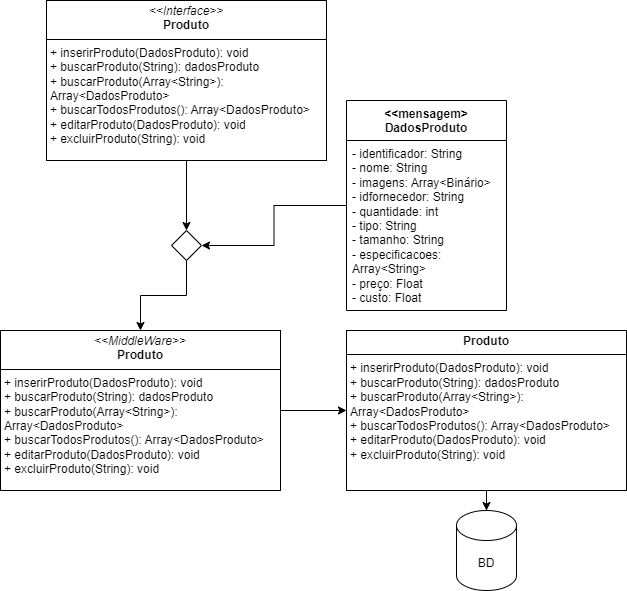
This is design/UMLProduto.drawio.png from WolWolffz/ThuderBass_Stock, a draw.io export, as it was before one commit. Source tidied: cells renumbered, new cells last; positions are measured from the earlier drawing's top-left corner, leaving out a move shared by most shapes.
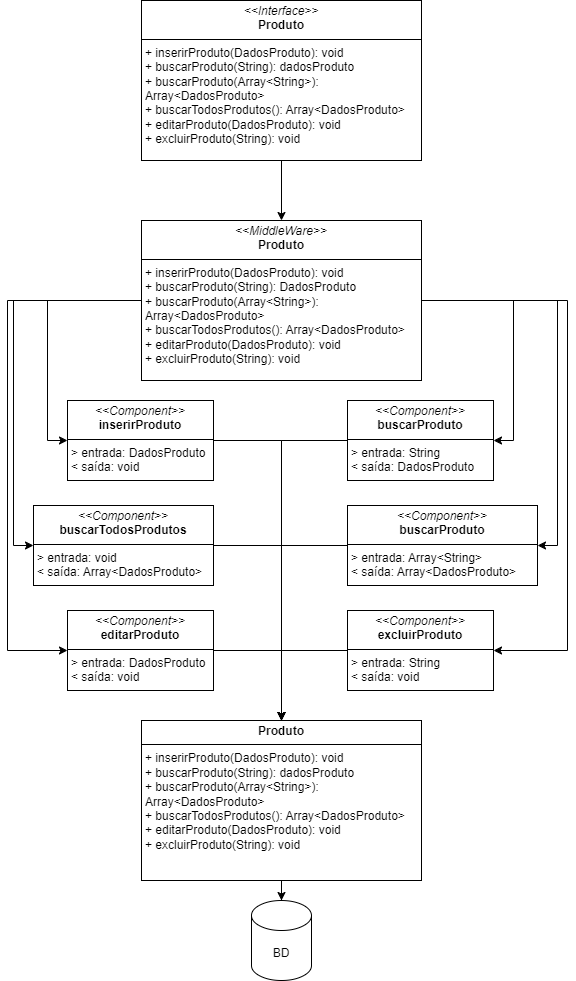
Above is the later version.

The edit, as a diff of the source:
```diff
@@ -2,41 +2,87 @@
   <root>
     <mxCell id="0" />
     <mxCell id="1" parent="0" />
-    <mxCell id="2" style="edgeStyle=orthogonalEdgeStyle;rounded=0;jettySize=auto;html=1;entryX=1;entryY=0.5;entryDx=0;entryDy=0;" parent="1" edge="1" source="3" target="10">
-      <mxGeometry relative="1" as="geometry" />
-    </mxCell>
-    <mxCell id="3" value="&amp;lt;&amp;lt;mensagem&amp;gt;&lt;div&gt;DadosProduto&lt;/div&gt;" style="swimlane;fontStyle=1;align=center;verticalAlign=top;horizontal=1;startSize=40;whiteSpace=wrap;html=1;" parent="1" vertex="1">
-      <mxGeometry x="346" y="100" width="160" height="210" as="geometry" />
-    </mxCell>
-    <mxCell id="4" value="&lt;div&gt;- identificador: String&lt;/div&gt;- nome: String&lt;div&gt;- imagens: Array&amp;lt;Binário&amp;gt;&lt;/div&gt;&lt;div&gt;- idfornecedor: String&lt;/div&gt;&lt;div&gt;- quantidade: int&lt;/div&gt;&lt;div&gt;- tipo: String&lt;/div&gt;&lt;div&gt;- tamanho: String&lt;/div&gt;&lt;div&gt;- especificacoes: Array&amp;lt;String&amp;gt;&lt;/div&gt;&lt;div&gt;-&lt;span style=&quot;background-color: initial;&quot;&gt;&amp;nbsp;preço: Float&lt;/span&gt;&lt;/div&gt;&lt;div&gt;&lt;span style=&quot;background-color: initial;&quot;&gt;- custo: Float&lt;/span&gt;&lt;/div&gt;" style="text;strokeColor=none;fillColor=none;align=left;verticalAlign=top;spacingLeft=4;spacingRight=4;overflow=hidden;whiteSpace=wrap;html=1;" parent="3" vertex="1">
-      <mxGeometry y="40" width="160" height="170" as="geometry" />
-    </mxCell>
-    <mxCell id="5" style="edgeStyle=orthogonalEdgeStyle;rounded=0;jettySize=auto;html=1;exitX=0.5;exitY=1;exitDx=0;exitDy=0;entryX=0.5;entryY=0;entryDx=0;entryDy=0;" parent="1" edge="1" source="6" target="10">
+    <mxCell id="5" style="edgeStyle=orthogonalEdgeStyle;rounded=0;jettySize=auto;html=1;exitX=0.5;exitY=1;exitDx=0;exitDy=0;entryX=0.5;entryY=0;entryDx=0;entryDy=0;" parent="1" edge="1" source="6" target="8">
       <mxGeometry relative="1" as="geometry" />
     </mxCell>
     <mxCell id="6" value="&lt;p style=&quot;margin:0px;margin-top:4px;text-align:center;&quot;&gt;&lt;i&gt;&amp;lt;&amp;lt;Interface&amp;gt;&amp;gt;&lt;/i&gt;&lt;br&gt;&lt;b&gt;Produto&lt;/b&gt;&lt;/p&gt;&lt;hr size=&quot;1&quot; style=&quot;border-style:solid;&quot;&gt;&lt;p style=&quot;margin:0px;margin-left:4px;&quot;&gt;+ inserirProduto(DadosProduto): void&lt;br&gt;&lt;/p&gt;&lt;p style=&quot;margin:0px;margin-left:4px;&quot;&gt;+ buscarProduto(String): dadosProduto&lt;/p&gt;&lt;p style=&quot;margin:0px;margin-left:4px;&quot;&gt;+ buscarProduto(Array&amp;lt;String&amp;gt;): Array&amp;lt;DadosProduto&amp;gt;&lt;/p&gt;&lt;p style=&quot;margin:0px;margin-left:4px;&quot;&gt;+ buscarTodosProdutos(): Array&amp;lt;DadosProduto&amp;gt;&lt;/p&gt;&lt;p style=&quot;margin:0px;margin-left:4px;&quot;&gt;+ editarProduto(DadosProduto): void&lt;/p&gt;&lt;p style=&quot;margin:0px;margin-left:4px;&quot;&gt;+ excluirProduto(String): void&lt;/p&gt;" style="verticalAlign=top;align=left;overflow=fill;html=1;whiteSpace=wrap;" parent="1" vertex="1">
-      <mxGeometry x="46" width="280" height="160" as="geometry" />
+      <mxGeometry x="140" y="-100" width="280" height="160" as="geometry" />
     </mxCell>
-    <mxCell id="7" style="edgeStyle=orthogonalEdgeStyle;rounded=0;jettySize=auto;html=1;exitX=1;exitY=0.5;exitDx=0;exitDy=0;" parent="1" edge="1" source="8" target="12">
-      <mxGeometry relative="1" as="geometry" />
-    </mxCell>
+    <mxCell id="14" style="edgeStyle=orthogonalEdgeStyle;rounded=0;jettySize=auto;html=1;exitX=0;exitY=0.5;exitDx=0;exitDy=0;entryX=0;entryY=0.5;entryDx=0;entryDy=0;" parent="1" edge="1" source="8" target="21">
+      <mxGeometry relative="1" as="geometry" />
+    </mxCell>
+    <mxCell id="15" style="edgeStyle=orthogonalEdgeStyle;rounded=0;jettySize=auto;html=1;exitX=0;exitY=0.5;exitDx=0;exitDy=0;entryX=0;entryY=0.5;entryDx=0;entryDy=0;" parent="1" edge="1" source="8" target="25">
+      <mxGeometry relative="1" as="geometry" />
+    </mxCell>
+    <mxCell id="16" style="edgeStyle=orthogonalEdgeStyle;rounded=0;jettySize=auto;html=1;exitX=0;exitY=0.5;exitDx=0;exitDy=0;entryX=0;entryY=0.5;entryDx=0;entryDy=0;" parent="1" edge="1" source="8" target="23">
+      <mxGeometry relative="1" as="geometry">
+        <Array as="points">
+          <mxPoint x="6" y="200" />
+          <mxPoint x="6" y="550" />
+        </Array>
+      </mxGeometry>
+    </mxCell>
+    <mxCell id="17" style="edgeStyle=orthogonalEdgeStyle;rounded=0;jettySize=auto;html=1;exitX=1;exitY=0.5;exitDx=0;exitDy=0;entryX=1;entryY=0.5;entryDx=0;entryDy=0;" parent="1" edge="1" source="8" target="31">
+      <mxGeometry relative="1" as="geometry" />
+    </mxCell>
+    <mxCell id="18" style="edgeStyle=orthogonalEdgeStyle;rounded=0;jettySize=auto;html=1;exitX=1;exitY=0.5;exitDx=0;exitDy=0;entryX=1;entryY=0.5;entryDx=0;entryDy=0;" parent="1" edge="1" source="8" target="29">
+      <mxGeometry relative="1" as="geometry" />
+    </mxCell>
+    <mxCell id="19" style="edgeStyle=orthogonalEdgeStyle;rounded=0;jettySize=auto;html=1;exitX=1;exitY=0.5;exitDx=0;exitDy=0;entryX=1;entryY=0.5;entryDx=0;entryDy=0;" parent="1" edge="1" source="8" target="27">
+      <mxGeometry relative="1" as="geometry">
+        <Array as="points">
+          <mxPoint x="566" y="200" />
+          <mxPoint x="566" y="550" />
+        </Array>
+      </mxGeometry>
+    </mxCell>
-    <mxCell id="8" value="&lt;p style=&quot;margin:0px;margin-top:4px;text-align:center;&quot;&gt;&lt;i&gt;&amp;lt;&amp;lt;MiddleWare&amp;gt;&amp;gt;&lt;/i&gt;&lt;br&gt;&lt;b&gt;Produto&lt;/b&gt;&lt;/p&gt;&lt;hr size=&quot;1&quot; style=&quot;border-style:solid;&quot;&gt;&lt;p style=&quot;margin:0px;margin-left:4px;&quot;&gt;+ inserirProduto(DadosProduto): void&lt;br&gt;&lt;/p&gt;&lt;p style=&quot;margin:0px;margin-left:4px;&quot;&gt;+ buscarProduto(String): dadosProduto&lt;/p&gt;&lt;p style=&quot;margin:0px;margin-left:4px;&quot;&gt;+ buscarProduto(Array&amp;lt;String&amp;gt;): Array&amp;lt;DadosProduto&amp;gt;&lt;/p&gt;&lt;p style=&quot;margin:0px;margin-left:4px;&quot;&gt;+ buscarTodosProdutos(): Array&amp;lt;DadosProduto&amp;gt;&lt;/p&gt;&lt;p style=&quot;margin:0px;margin-left:4px;&quot;&gt;+ editarProduto(DadosProduto): void&lt;/p&gt;&lt;p style=&quot;margin:0px;margin-left:4px;&quot;&gt;+ excluirProduto(String): void&lt;/p&gt;" style="verticalAlign=top;align=left;overflow=fill;html=1;whiteSpace=wrap;" parent="1" vertex="1">
-      <mxGeometry y="330" width="280" height="160" as="geometry" />
+    <mxCell id="8" value="&lt;p style=&quot;margin:0px;margin-top:4px;text-align:center;&quot;&gt;&lt;i&gt;&amp;lt;&amp;lt;MiddleWare&amp;gt;&amp;gt;&lt;/i&gt;&lt;br&gt;&lt;b&gt;Produto&lt;/b&gt;&lt;/p&gt;&lt;hr size=&quot;1&quot; style=&quot;border-style:solid;&quot;&gt;&lt;p style=&quot;margin:0px;margin-left:4px;&quot;&gt;+ inserirProduto(DadosProduto): void&lt;br&gt;&lt;/p&gt;&lt;p style=&quot;margin:0px;margin-left:4px;&quot;&gt;+ buscarProduto(String): DadosProduto&lt;/p&gt;&lt;p style=&quot;margin:0px;margin-left:4px;&quot;&gt;+ buscarProduto(Array&amp;lt;String&amp;gt;): Array&amp;lt;DadosProduto&amp;gt;&lt;/p&gt;&lt;p style=&quot;margin:0px;margin-left:4px;&quot;&gt;+ buscarTodosProdutos(): Array&amp;lt;DadosProduto&amp;gt;&lt;/p&gt;&lt;p style=&quot;margin:0px;margin-left:4px;&quot;&gt;+ editarProduto(DadosProduto): void&lt;/p&gt;&lt;p style=&quot;margin:0px;margin-left:4px;&quot;&gt;+ excluirProduto(String): void&lt;/p&gt;" style="verticalAlign=top;align=left;overflow=fill;html=1;whiteSpace=wrap;" parent="1" vertex="1">
+      <mxGeometry x="140" y="120" width="280" height="160" as="geometry" />
     </mxCell>
-    <mxCell id="9" style="edgeStyle=orthogonalEdgeStyle;rounded=0;jettySize=auto;html=1;exitX=0.5;exitY=1;exitDx=0;exitDy=0;entryX=0.5;entryY=0;entryDx=0;entryDy=0;" parent="1" edge="1" source="10" target="8">
-      <mxGeometry relative="1" as="geometry" />
-    </mxCell>
-    <mxCell id="10" style="rhombus;whiteSpace=wrap;html=1;" parent="1" vertex="1">
-      <mxGeometry x="171" y="230" width="30" height="30" as="geometry" />
-    </mxCell>
     <mxCell id="11" style="edgeStyle=orthogonalEdgeStyle;rounded=0;jettySize=auto;html=1;exitX=0.5;exitY=1;exitDx=0;exitDy=0;" parent="1" edge="1" source="12" target="13">
       <mxGeometry relative="1" as="geometry" />
     </mxCell>
     <mxCell id="12" value="&lt;p style=&quot;margin:0px;margin-top:4px;text-align:center;&quot;&gt;&lt;b&gt;Produto&lt;/b&gt;&lt;/p&gt;&lt;hr size=&quot;1&quot; style=&quot;border-style:solid;&quot;&gt;&lt;p style=&quot;margin:0px;margin-left:4px;&quot;&gt;+ inserirProduto(DadosProduto): void&lt;br&gt;&lt;/p&gt;&lt;p style=&quot;margin:0px;margin-left:4px;&quot;&gt;+ buscarProduto(String): dadosProduto&lt;/p&gt;&lt;p style=&quot;margin:0px;margin-left:4px;&quot;&gt;+ buscarProduto(Array&amp;lt;String&amp;gt;): Array&amp;lt;DadosProduto&amp;gt;&lt;/p&gt;&lt;p style=&quot;margin:0px;margin-left:4px;&quot;&gt;+ buscarTodosProdutos(): Array&amp;lt;DadosProduto&amp;gt;&lt;/p&gt;&lt;p style=&quot;margin:0px;margin-left:4px;&quot;&gt;+ editarProduto(DadosProduto): void&lt;/p&gt;&lt;p style=&quot;margin:0px;margin-left:4px;&quot;&gt;+ excluirProduto(String): void&lt;/p&gt;" style="verticalAlign=top;align=left;overflow=fill;html=1;whiteSpace=wrap;" parent="1" vertex="1">
-      <mxGeometry x="346" y="330" width="280" height="160" as="geometry" />
+      <mxGeometry x="140" y="620" width="280" height="160" as="geometry" />
     </mxCell>
     <mxCell id="13" value="BD" style="shape=cylinder3;whiteSpace=wrap;html=1;boundedLbl=1;backgroundOutline=1;size=15;" parent="1" vertex="1">
-      <mxGeometry x="456" y="510" width="60" height="80" as="geometry" />
+      <mxGeometry x="250" y="800" width="60" height="80" as="geometry" />
     </mxCell>
+    <mxCell id="20" style="edgeStyle=orthogonalEdgeStyle;rounded=0;jettySize=auto;html=1;exitX=1;exitY=0.5;exitDx=0;exitDy=0;entryX=0.5;entryY=0;entryDx=0;entryDy=0;" parent="1" edge="1" source="21" target="12">
+      <mxGeometry relative="1" as="geometry" />
+    </mxCell>
+    <mxCell id="21" value="&lt;p style=&quot;margin:0px;margin-top:4px;text-align:center;&quot;&gt;&lt;i&gt;&amp;lt;&amp;lt;Component&amp;gt;&amp;gt;&lt;/i&gt;&lt;br&gt;&lt;b&gt;inserirProduto&lt;/b&gt;&lt;/p&gt;&lt;hr size=&quot;1&quot; style=&quot;border-style:solid;&quot;&gt;&lt;p style=&quot;margin:0px;margin-left:4px;&quot;&gt;&amp;gt; entrada: DadosProduto&lt;/p&gt;&lt;p style=&quot;margin:0px;margin-left:4px;&quot;&gt;&amp;lt; saída: void&lt;/p&gt;" style="verticalAlign=top;align=left;overflow=fill;html=1;whiteSpace=wrap;" parent="1" vertex="1">
+      <mxGeometry x="66" y="300" width="146" height="80" as="geometry" />
+    </mxCell>
+    <mxCell id="22" style="edgeStyle=orthogonalEdgeStyle;rounded=0;jettySize=auto;html=1;exitX=1;exitY=0.5;exitDx=0;exitDy=0;" parent="1" edge="1" source="23" target="12">
+      <mxGeometry relative="1" as="geometry" />
+    </mxCell>
+    <mxCell id="23" value="&lt;p style=&quot;margin:0px;margin-top:4px;text-align:center;&quot;&gt;&lt;i&gt;&amp;lt;&amp;lt;Component&amp;gt;&amp;gt;&lt;/i&gt;&lt;br&gt;&lt;b&gt;editarProduto&lt;/b&gt;&lt;/p&gt;&lt;hr size=&quot;1&quot; style=&quot;border-style:solid;&quot;&gt;&lt;p style=&quot;margin:0px;margin-left:4px;&quot;&gt;&amp;gt; entrada: DadosProduto&lt;/p&gt;&lt;p style=&quot;margin:0px;margin-left:4px;&quot;&gt;&amp;lt; saída: void&lt;/p&gt;" style="verticalAlign=top;align=left;overflow=fill;html=1;whiteSpace=wrap;" parent="1" vertex="1">
+      <mxGeometry x="66" y="510" width="146" height="80" as="geometry" />
+    </mxCell>
+    <mxCell id="24" style="edgeStyle=orthogonalEdgeStyle;rounded=0;jettySize=auto;html=1;exitX=1;exitY=0.5;exitDx=0;exitDy=0;" parent="1" edge="1" source="25" target="12">
+      <mxGeometry relative="1" as="geometry" />
+    </mxCell>
+    <mxCell id="25" value="&lt;p style=&quot;margin:0px;margin-top:4px;text-align:center;&quot;&gt;&lt;i&gt;&amp;lt;&amp;lt;Component&amp;gt;&amp;gt;&lt;/i&gt;&lt;br&gt;&lt;b&gt;buscarTodosProdutos&lt;/b&gt;&lt;/p&gt;&lt;hr size=&quot;1&quot; style=&quot;border-style:solid;&quot;&gt;&lt;p style=&quot;margin:0px;margin-left:4px;&quot;&gt;&amp;gt; entrada: void&lt;/p&gt;&lt;p style=&quot;margin:0px;margin-left:4px;&quot;&gt;&amp;lt; saída: Array&amp;lt;DadosProduto&amp;gt;&lt;/p&gt;" style="verticalAlign=top;align=left;overflow=fill;html=1;whiteSpace=wrap;" parent="1" vertex="1">
+      <mxGeometry x="32" y="405" width="180" height="80" as="geometry" />
+    </mxCell>
+    <mxCell id="26" style="edgeStyle=orthogonalEdgeStyle;rounded=0;jettySize=auto;html=1;exitX=0;exitY=0.5;exitDx=0;exitDy=0;" parent="1" edge="1" source="27" target="12">
+      <mxGeometry relative="1" as="geometry" />
+    </mxCell>
+    <mxCell id="27" value="&lt;p style=&quot;margin:0px;margin-top:4px;text-align:center;&quot;&gt;&lt;i&gt;&amp;lt;&amp;lt;Component&amp;gt;&amp;gt;&lt;/i&gt;&lt;br&gt;&lt;b&gt;excluirProduto&lt;/b&gt;&lt;/p&gt;&lt;hr size=&quot;1&quot; style=&quot;border-style:solid;&quot;&gt;&lt;p style=&quot;margin:0px;margin-left:4px;&quot;&gt;&amp;gt; entrada: String&lt;/p&gt;&lt;p style=&quot;margin:0px;margin-left:4px;&quot;&gt;&amp;lt; saída: void&lt;/p&gt;" style="verticalAlign=top;align=left;overflow=fill;html=1;whiteSpace=wrap;" parent="1" vertex="1">
+      <mxGeometry x="346" y="510" width="146" height="80" as="geometry" />
+    </mxCell>
+    <mxCell id="28" style="edgeStyle=orthogonalEdgeStyle;rounded=0;jettySize=auto;html=1;exitX=0;exitY=0.5;exitDx=0;exitDy=0;" parent="1" edge="1" source="29" target="12">
+      <mxGeometry relative="1" as="geometry" />
+    </mxCell>
+    <mxCell id="29" value="&lt;p style=&quot;margin:0px;margin-top:4px;text-align:center;&quot;&gt;&lt;i&gt;&amp;lt;&amp;lt;Component&amp;gt;&amp;gt;&lt;/i&gt;&lt;br&gt;&lt;b&gt;buscarProduto&lt;/b&gt;&lt;/p&gt;&lt;hr size=&quot;1&quot; style=&quot;border-style:solid;&quot;&gt;&lt;p style=&quot;margin:0px;margin-left:4px;&quot;&gt;&amp;gt; entrada: Array&amp;lt;String&amp;gt;&lt;/p&gt;&lt;p style=&quot;margin:0px;margin-left:4px;&quot;&gt;&amp;lt; saída: Array&amp;lt;DadosProduto&amp;gt;&lt;/p&gt;" style="verticalAlign=top;align=left;overflow=fill;html=1;whiteSpace=wrap;" parent="1" vertex="1">
+      <mxGeometry x="346" y="405" width="190" height="80" as="geometry" />
+    </mxCell>
+    <mxCell id="30" style="edgeStyle=orthogonalEdgeStyle;rounded=0;jettySize=auto;html=1;exitX=0;exitY=0.5;exitDx=0;exitDy=0;" parent="1" edge="1" source="31" target="12">
+      <mxGeometry relative="1" as="geometry" />
+    </mxCell>
+    <mxCell id="31" value="&lt;p style=&quot;margin:0px;margin-top:4px;text-align:center;&quot;&gt;&lt;i&gt;&amp;lt;&amp;lt;Component&amp;gt;&amp;gt;&lt;/i&gt;&lt;br&gt;&lt;b&gt;buscarProduto&lt;/b&gt;&lt;/p&gt;&lt;hr size=&quot;1&quot; style=&quot;border-style:solid;&quot;&gt;&lt;p style=&quot;margin:0px;margin-left:4px;&quot;&gt;&amp;gt; entrada: String&lt;/p&gt;&lt;p style=&quot;margin:0px;margin-left:4px;&quot;&gt;&amp;lt; saída: DadosProduto&lt;/p&gt;" style="verticalAlign=top;align=left;overflow=fill;html=1;whiteSpace=wrap;" parent="1" vertex="1">
+      <mxGeometry x="346" y="300" width="146" height="80" as="geometry" />
+    </mxCell>
   </root>
 </mxGraphModel>
```
